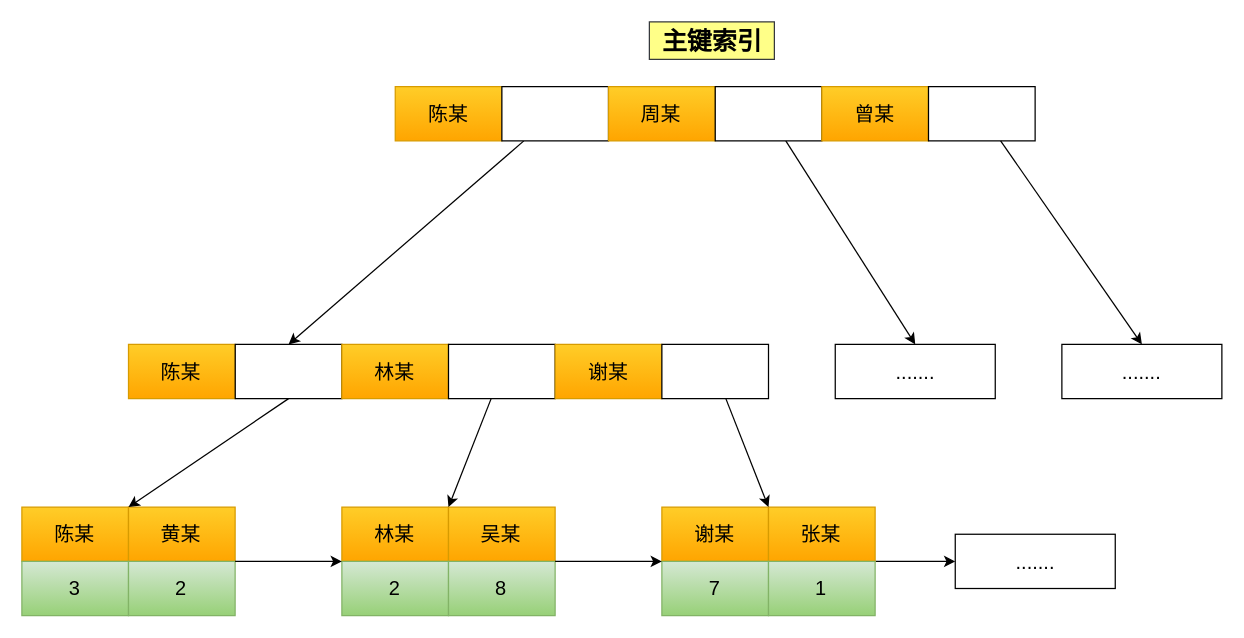
xiaolincoder/ImageHost4 keeps this draw.io diagram as mysql/索引/InnoDB二级索引存储结构.drawio. Above is the earlier version. Source tidied: cells renumbered, new cells numbered last; positions are measured from the earlier drawing's top-left corner, leaving out a move shared by most shapes. Both pictures are drawn from the tidied source at 125%, with x=0, y=0 at pixel (21, 21).
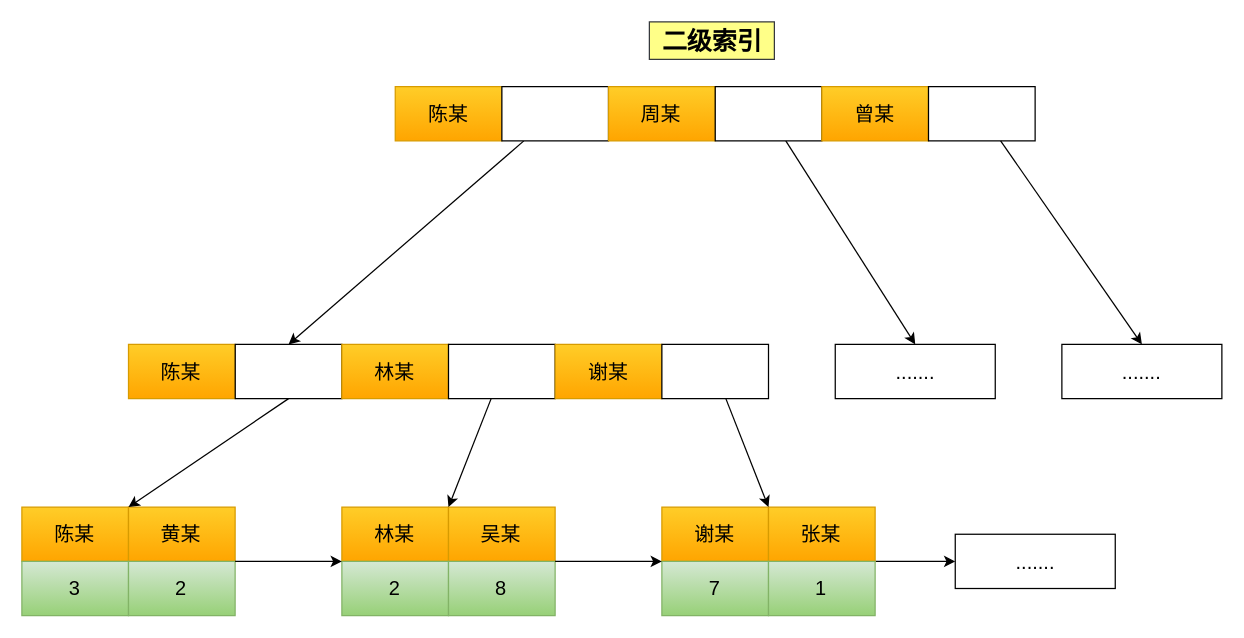
The same diagram, later.

Commit message (it also covers changes not shown here):
Update InnoDB二级索引存储结构.drawio

The edit, as a diff of the source:
```diff
@@
-    <mxCell id="38" value="主键索引" style="text;html=1;align=center;verticalAlign=middle;strokeColor=#36393d;fillColor=#ffff88;fontSize=20;fontStyle=1;" parent="1" vertex="1">
+    <mxCell id="38" value="二级索引" style="text;html=1;align=center;verticalAlign=middle;strokeColor=#36393d;fillColor=#ffff88;fontSize=20;fontStyle=1;" parent="1" vertex="1">
       <mxGeometry x="502" width="100" height="30" as="geometry" />
     </mxCell>
```
